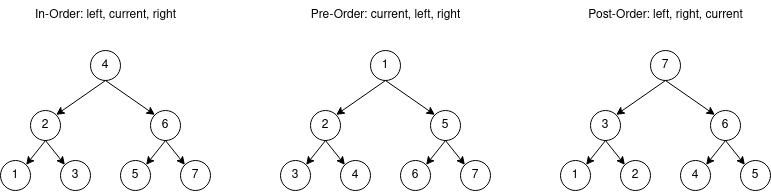
Above: Graph/tree traverse.png in cd155/draw-io (draw.io), before the change. Source tidied: cells renumbered, new cells last; positions are measured from the earlier drawing's top-left corner, leaving out a move shared by most shapes.
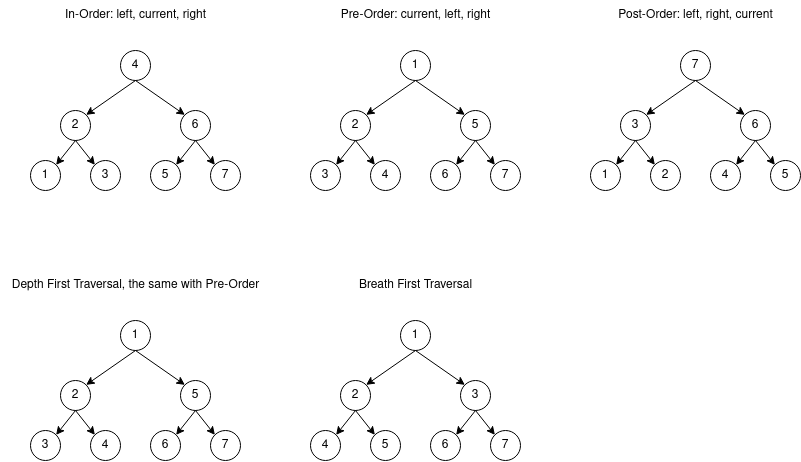
Above is the later version.

Change to the diagram source:
```diff
@@ -132,5 +132,89 @@
         <mxPoint x="744.4" y="164.4" as="targetPoint" />
       </mxGeometry>
     </mxCell>
+    <mxCell id="44" value="1" style="ellipse;whiteSpace=wrap;html=1;" parent="1" vertex="1">
+      <mxGeometry x="90" y="320" width="30" height="30" as="geometry" />
+    </mxCell>
+    <mxCell id="45" value="2" style="ellipse;whiteSpace=wrap;html=1;" parent="1" vertex="1">
+      <mxGeometry x="30" y="380" width="30" height="30" as="geometry" />
+    </mxCell>
+    <mxCell id="46" value="5" style="ellipse;whiteSpace=wrap;html=1;" parent="1" vertex="1">
+      <mxGeometry x="150" y="380" width="30" height="30" as="geometry" />
+    </mxCell>
+    <mxCell id="47" value="3" style="ellipse;whiteSpace=wrap;html=1;" parent="1" vertex="1">
+      <mxGeometry y="430" width="30" height="30" as="geometry" />
+    </mxCell>
+    <mxCell id="48" value="4" style="ellipse;whiteSpace=wrap;html=1;" parent="1" vertex="1">
+      <mxGeometry x="60" y="430" width="30" height="30" as="geometry" />
+    </mxCell>
+    <mxCell id="49" value="6" style="ellipse;whiteSpace=wrap;html=1;" parent="1" vertex="1">
+      <mxGeometry x="120" y="430" width="30" height="30" as="geometry" />
+    </mxCell>
+    <mxCell id="50" value="7" style="ellipse;whiteSpace=wrap;html=1;" parent="1" vertex="1">
+      <mxGeometry x="180" y="430" width="30" height="30" as="geometry" />
+    </mxCell>
+    <mxCell id="51" value="Depth First Traversal, the same with Pre-Order" style="text;html=1;align=center;verticalAlign=middle;strokeColor=none;fillColor=none;" parent="1" vertex="1">
+      <mxGeometry x="-30" y="270" width="270" height="30" as="geometry" />
+    </mxCell>
+    <mxCell id="52" style="endArrow=classic;html=1;rounded=0;exitX=0.5;exitY=1;exitDx=0;exitDy=0;entryX=1;entryY=0;entryDx=0;entryDy=0;" parent="1" edge="1" source="44" target="45">
+      <mxGeometry relative="1" as="geometry" />
+    </mxCell>
+    <mxCell id="53" style="endArrow=classic;html=1;rounded=0;exitX=0.5;exitY=1;exitDx=0;exitDy=0;entryX=0;entryY=0;entryDx=0;entryDy=0;" parent="1" edge="1" source="44" target="46">
+      <mxGeometry relative="1" as="geometry" />
+    </mxCell>
+    <mxCell id="54" style="endArrow=classic;html=1;rounded=0;exitX=0.5;exitY=1;exitDx=0;exitDy=0;entryX=1;entryY=0;entryDx=0;entryDy=0;" parent="1" edge="1" source="45" target="47">
+      <mxGeometry relative="1" as="geometry" />
+    </mxCell>
+    <mxCell id="55" style="endArrow=classic;html=1;rounded=0;exitX=0.5;exitY=1;exitDx=0;exitDy=0;entryX=0;entryY=0;entryDx=0;entryDy=0;" parent="1" edge="1" source="45" target="48">
+      <mxGeometry relative="1" as="geometry" />
+    </mxCell>
+    <mxCell id="56" style="endArrow=classic;html=1;rounded=0;exitX=0.5;exitY=1;exitDx=0;exitDy=0;entryX=1;entryY=0;entryDx=0;entryDy=0;" parent="1" edge="1" source="46" target="49">
+      <mxGeometry relative="1" as="geometry" />
+    </mxCell>
+    <mxCell id="57" style="endArrow=classic;html=1;rounded=0;exitX=0.5;exitY=1;exitDx=0;exitDy=0;entryX=0;entryY=0;entryDx=0;entryDy=0;" parent="1" edge="1" source="46" target="50">
+      <mxGeometry relative="1" as="geometry" />
+    </mxCell>
+    <mxCell id="58" value="1" style="ellipse;whiteSpace=wrap;html=1;" parent="1" vertex="1">
+      <mxGeometry x="370" y="320" width="30" height="30" as="geometry" />
+    </mxCell>
+    <mxCell id="59" value="2" style="ellipse;whiteSpace=wrap;html=1;" parent="1" vertex="1">
+      <mxGeometry x="310" y="380" width="30" height="30" as="geometry" />
+    </mxCell>
+    <mxCell id="60" value="3" style="ellipse;whiteSpace=wrap;html=1;" parent="1" vertex="1">
+      <mxGeometry x="430" y="380" width="30" height="30" as="geometry" />
+    </mxCell>
+    <mxCell id="61" value="4" style="ellipse;whiteSpace=wrap;html=1;" parent="1" vertex="1">
+      <mxGeometry x="280" y="430" width="30" height="30" as="geometry" />
+    </mxCell>
+    <mxCell id="62" value="5" style="ellipse;whiteSpace=wrap;html=1;" parent="1" vertex="1">
+      <mxGeometry x="340" y="430" width="30" height="30" as="geometry" />
+    </mxCell>
+    <mxCell id="63" value="6" style="ellipse;whiteSpace=wrap;html=1;" parent="1" vertex="1">
+      <mxGeometry x="400" y="430" width="30" height="30" as="geometry" />
+    </mxCell>
+    <mxCell id="64" value="7" style="ellipse;whiteSpace=wrap;html=1;" parent="1" vertex="1">
+      <mxGeometry x="460" y="430" width="30" height="30" as="geometry" />
+    </mxCell>
+    <mxCell id="65" value="Breath First Traversal" style="text;html=1;align=center;verticalAlign=middle;strokeColor=none;fillColor=none;" parent="1" vertex="1">
+      <mxGeometry x="315" y="270" width="140" height="30" as="geometry" />
+    </mxCell>
+    <mxCell id="66" style="endArrow=classic;html=1;rounded=0;exitX=0.5;exitY=1;exitDx=0;exitDy=0;entryX=1;entryY=0;entryDx=0;entryDy=0;" parent="1" edge="1" source="58" target="59">
+      <mxGeometry relative="1" as="geometry" />
+    </mxCell>
+    <mxCell id="67" style="endArrow=classic;html=1;rounded=0;exitX=0.5;exitY=1;exitDx=0;exitDy=0;entryX=0;entryY=0;entryDx=0;entryDy=0;" parent="1" edge="1" source="58" target="60">
+      <mxGeometry relative="1" as="geometry" />
+    </mxCell>
+    <mxCell id="68" style="endArrow=classic;html=1;rounded=0;exitX=0.5;exitY=1;exitDx=0;exitDy=0;entryX=1;entryY=0;entryDx=0;entryDy=0;" parent="1" edge="1" source="59" target="61">
+      <mxGeometry relative="1" as="geometry" />
+    </mxCell>
+    <mxCell id="69" style="endArrow=classic;html=1;rounded=0;exitX=0.5;exitY=1;exitDx=0;exitDy=0;entryX=0;entryY=0;entryDx=0;entryDy=0;" parent="1" edge="1" source="59" target="62">
+      <mxGeometry relative="1" as="geometry" />
+    </mxCell>
+    <mxCell id="70" style="endArrow=classic;html=1;rounded=0;exitX=0.5;exitY=1;exitDx=0;exitDy=0;entryX=1;entryY=0;entryDx=0;entryDy=0;" parent="1" edge="1" source="60" target="63">
+      <mxGeometry relative="1" as="geometry" />
+    </mxCell>
+    <mxCell id="71" style="endArrow=classic;html=1;rounded=0;exitX=0.5;exitY=1;exitDx=0;exitDy=0;entryX=0;entryY=0;entryDx=0;entryDy=0;" parent="1" edge="1" source="60" target="64">
+      <mxGeometry relative="1" as="geometry" />
+    </mxCell>
   </root>
 </mxGraphModel>
```
